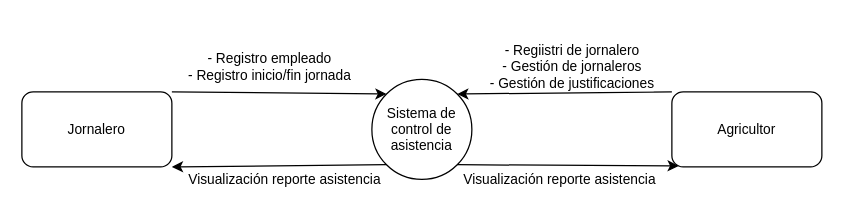
This is page "DFD Nivel 0" (2 of 6) of Documentación/Diagramas.drawio from 71walceli/UAE.6SA.PIS.ControlAsistenciaFincaLolita, a draw.io file, before an edit. Source tidied: cells renumbered, new cells numbered last; positions are measured from the earlier drawing's top-left corner, leaving out a move shared by most shapes. Both pictures are drawn from the tidied source at 125%, with x=0, y=0 at pixel (21, 79).
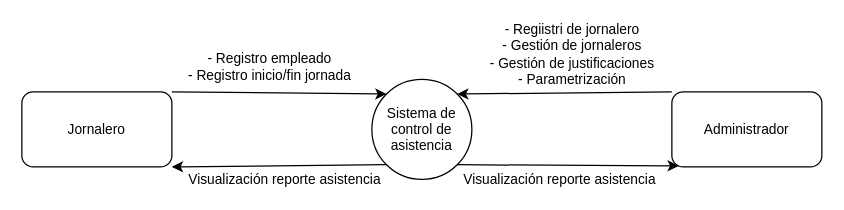
The same diagram, later.

What changed in the source:
```diff
@@
 <mxGraphModel>
   <root>
     <mxCell id="0" />
     <mxCell id="1" parent="0" />
     <mxCell id="2" value="Visualización reporte asistencia" style="edgeStyle=none;rounded=0;jettySize=auto;html=1;exitX=1;exitY=1;exitDx=0;exitDy=0;entryX=0.046;entryY=0.987;entryDx=0;entryDy=0;entryPerimeter=0;fontSize=11;startArrow=none;startFill=0;endArrow=classic;endFill=1;" parent="1" edge="1" source="3" target="8">
       <mxGeometry x="-0.08" y="-11" relative="1" as="geometry" />
     </mxCell>
     <mxCell id="3" value="Sistema de control de asistencia" style="ellipse;whiteSpace=wrap;html=1;fontSize=11;" parent="1" vertex="1">
       <mxGeometry x="280" width="80" height="80" as="geometry" />
     </mxCell>
     <mxCell id="4" value="- Registro empleado&lt;br&gt;- Registro inicio/fin jornada" style="edgeStyle=none;rounded=0;jettySize=auto;html=1;exitX=1;exitY=0;exitDx=0;exitDy=0;entryX=0;entryY=0;entryDx=0;entryDy=0;fontSize=11;startArrow=none;startFill=0;endArrow=classic;endFill=1;" parent="1" edge="1" source="6" target="3">
       <mxGeometry x="-0.09" y="21" relative="1" as="geometry" />
     </mxCell>
     <mxCell id="5" value="&lt;span&gt;Visualización reporte asistencia&lt;/span&gt;" style="edgeStyle=none;rounded=0;jettySize=auto;html=1;exitX=0;exitY=1;exitDx=0;exitDy=0;entryX=1;entryY=1;entryDx=0;entryDy=0;fontSize=11;startArrow=none;startFill=0;endArrow=classic;endFill=1;" parent="1" edge="1" source="3" target="6">
       <mxGeometry x="-0.05" y="11" relative="1" as="geometry" />
     </mxCell>
     <mxCell id="6" value="Jornalero" style="rounded=1;whiteSpace=wrap;html=1;fontSize=11;" parent="1" vertex="1">
       <mxGeometry y="10" width="120" height="60" as="geometry" />
     </mxCell>
-    <mxCell id="7" value="- Regiistri de jornalero&lt;br&gt;- Gestión de jornaleros&lt;br&gt;- Gestión de justificaciones" style="edgeStyle=none;rounded=0;jettySize=auto;html=1;exitX=0;exitY=0;exitDx=0;exitDy=0;entryX=1;entryY=0;entryDx=0;entryDy=0;fontSize=11;startArrow=none;startFill=0;endArrow=classic;endFill=1;" parent="1" edge="1" source="8" target="3">
-      <mxGeometry x="-0.07" y="-21" relative="1" as="geometry" />
+    <mxCell id="7" value="- Regiistri de jornalero&lt;br&gt;- Gestión de jornaleros&lt;br&gt;- Gestión de justificaciones&lt;br&gt;- Parametrización" style="edgeStyle=none;rounded=0;jettySize=auto;html=1;exitX=0;exitY=0;exitDx=0;exitDy=0;entryX=1;entryY=0;entryDx=0;entryDy=0;fontSize=11;startArrow=none;startFill=0;endArrow=classic;endFill=1;" parent="1" edge="1" source="8" target="3">
+      <mxGeometry x="-0.07" y="-31" relative="1" as="geometry" />
     </mxCell>
-    <mxCell id="8" value="Agricultor" style="rounded=1;whiteSpace=wrap;html=1;fontSize=11;" parent="1" vertex="1">
+    <mxCell id="8" value="Administrador" style="rounded=1;whiteSpace=wrap;html=1;fontSize=11;" parent="1" vertex="1">
       <mxGeometry x="520" y="10" width="120" height="60" as="geometry" />
     </mxCell>
   </root>
 </mxGraphModel>
```
